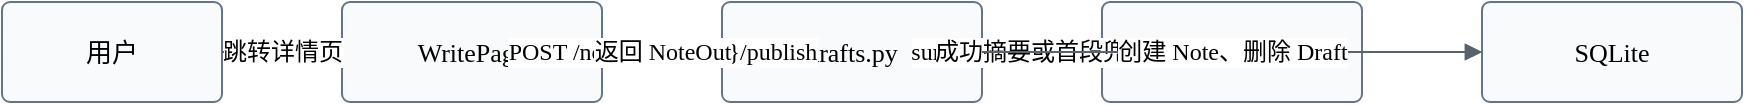
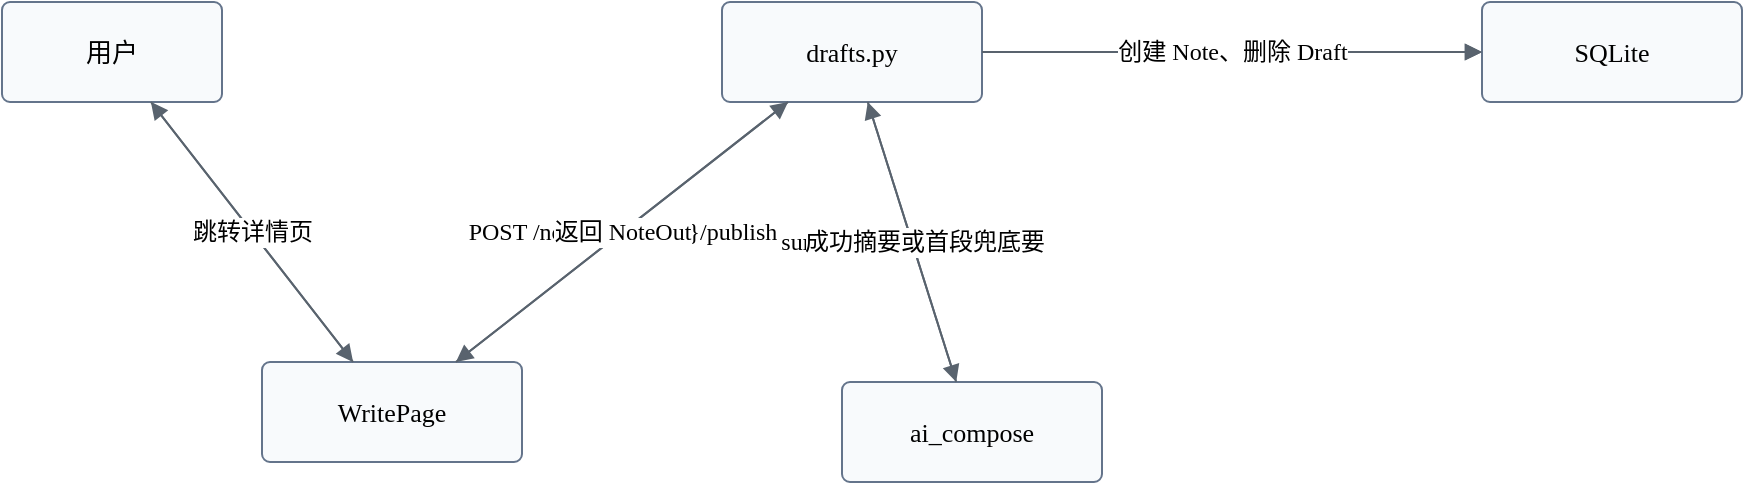
- <mxfile host="app.diagrams.net" modified="2026-07-06T00:00:00.000Z" agent="Codex" version="24.7.17">
+ <mxfile host="app.diagrams.net" agent="Codex">
  <diagram id="ch6-fig2-seq-publish-with-summary-fallback.drawio" name="草稿发布与摘要降级顺序图">
-     <mxGraphModel dx="1200" dy="820" grid="1" gridSize="10" guides="1" tooltips="1" connect="1" arrows="1" fold="1" page="1" pageScale="1" pageWidth="1200" pageHeight="820" math="0" shadow="0">
+     <mxGraphModel dx="1046" dy="660" grid="1" gridSize="10" guides="1" tooltips="1" connect="1" arrows="1" fold="1" page="1" pageScale="1" pageWidth="1200" pageHeight="820" math="0" shadow="0">
      <root>
-         <mxCell id="0"/>
-         <mxCell id="1" parent="0"/>
-         <mxCell id="u" value="用户" style="rounded=1;whiteSpace=wrap;html=1;arcSize=8;fontFamily=Microsoft YaHei;fontSize=13;fillColor=#f8fafc;strokeColor=#64748b;" vertex="1" parent="1"><mxGeometry x="40" y="60" width="110" height="50" as="geometry"/></mxCell><mxCell id="fe" value="WritePage" style="rounded=1;whiteSpace=wrap;html=1;arcSize=8;fontFamily=Microsoft YaHei;fontSize=13;fillColor=#f8fafc;strokeColor=#64748b;" vertex="1" parent="1"><mxGeometry x="210" y="60" width="130" height="50" as="geometry"/></mxCell><mxCell id="api" value="drafts.py" style="rounded=1;whiteSpace=wrap;html=1;arcSize=8;fontFamily=Microsoft YaHei;fontSize=13;fillColor=#f8fafc;strokeColor=#64748b;" vertex="1" parent="1"><mxGeometry x="400" y="60" width="130" height="50" as="geometry"/></mxCell><mxCell id="ai" value="ai_compose" style="rounded=1;whiteSpace=wrap;html=1;arcSize=8;fontFamily=Microsoft YaHei;fontSize=13;fillColor=#f8fafc;strokeColor=#64748b;" vertex="1" parent="1"><mxGeometry x="590" y="60" width="130" height="50" as="geometry"/></mxCell><mxCell id="db" value="SQLite" style="rounded=1;whiteSpace=wrap;html=1;arcSize=8;fontFamily=Microsoft YaHei;fontSize=13;fillColor=#f8fafc;strokeColor=#64748b;" vertex="1" parent="1"><mxGeometry x="780" y="60" width="130" height="50" as="geometry"/></mxCell><mxCell id="s1" value="点击发布" style="endArrow=block;html=1;rounded=0;strokeColor=#59636e;fontSize=12;fontFamily=Microsoft YaHei;" edge="1" parent="1" source="u" target="fe"><mxGeometry relative="1" as="geometry"/></mxCell><mxCell id="s2" value="POST /notes/drafts/{id}/publish" style="endArrow=block;html=1;rounded=0;strokeColor=#59636e;fontSize=12;fontFamily=Microsoft YaHei;" edge="1" parent="1" source="fe" target="api"><mxGeometry relative="1" as="geometry"/></mxCell><mxCell id="s3" value="读取草稿并校验" style="endArrow=block;html=1;rounded=0;strokeColor=#59636e;fontSize=12;fontFamily=Microsoft YaHei;" edge="1" parent="1" source="api" target="db"><mxGeometry relative="1" as="geometry"/></mxCell><mxCell id="s4" value="summary 为空时请求摘要" style="endArrow=block;html=1;rounded=0;strokeColor=#59636e;fontSize=12;fontFamily=Microsoft YaHei;" edge="1" parent="1" source="api" target="ai"><mxGeometry relative="1" as="geometry"/></mxCell><mxCell id="s5" value="成功摘要或首段兜底" style="endArrow=block;html=1;rounded=0;strokeColor=#59636e;fontSize=12;fontFamily=Microsoft YaHei;" edge="1" parent="1" source="ai" target="api"><mxGeometry relative="1" as="geometry"/></mxCell><mxCell id="s6" value="创建 Note、删除 Draft" style="endArrow=block;html=1;rounded=0;strokeColor=#59636e;fontSize=12;fontFamily=Microsoft YaHei;" edge="1" parent="1" source="api" target="db"><mxGeometry relative="1" as="geometry"/></mxCell><mxCell id="s7" value="返回 NoteOut" style="endArrow=block;html=1;rounded=0;strokeColor=#59636e;fontSize=12;fontFamily=Microsoft YaHei;" edge="1" parent="1" source="api" target="fe"><mxGeometry relative="1" as="geometry"/></mxCell><mxCell id="s8" value="跳转详情页" style="endArrow=block;html=1;rounded=0;strokeColor=#59636e;fontSize=12;fontFamily=Microsoft YaHei;" edge="1" parent="1" source="fe" target="u"><mxGeometry relative="1" as="geometry"/></mxCell>
+         <mxCell id="0" />
+         <mxCell id="1" parent="0" />
+         <mxCell id="u" parent="1" style="rounded=1;whiteSpace=wrap;html=1;arcSize=8;fontFamily=Microsoft YaHei;fontSize=13;fillColor=#f8fafc;strokeColor=#64748b;" value="用户" vertex="1">
+           <mxGeometry height="50" width="110" x="40" y="60" as="geometry" />
+         </mxCell>
+         <mxCell id="fe" parent="1" style="rounded=1;whiteSpace=wrap;html=1;arcSize=8;fontFamily=Microsoft YaHei;fontSize=13;fillColor=#f8fafc;strokeColor=#64748b;" value="WritePage" vertex="1">
+           <mxGeometry height="50" width="130" x="170" y="240" as="geometry" />
+         </mxCell>
+         <mxCell id="api" parent="1" style="rounded=1;whiteSpace=wrap;html=1;arcSize=8;fontFamily=Microsoft YaHei;fontSize=13;fillColor=#f8fafc;strokeColor=#64748b;" value="drafts.py" vertex="1">
+           <mxGeometry height="50" width="130" x="400" y="60" as="geometry" />
+         </mxCell>
+         <mxCell id="ai" parent="1" style="rounded=1;whiteSpace=wrap;html=1;arcSize=8;fontFamily=Microsoft YaHei;fontSize=13;fillColor=#f8fafc;strokeColor=#64748b;" value="ai_compose" vertex="1">
+           <mxGeometry height="50" width="130" x="460" y="250" as="geometry" />
+         </mxCell>
+         <mxCell id="db" parent="1" style="rounded=1;whiteSpace=wrap;html=1;arcSize=8;fontFamily=Microsoft YaHei;fontSize=13;fillColor=#f8fafc;strokeColor=#64748b;" value="SQLite" vertex="1">
+           <mxGeometry height="50" width="130" x="780" y="60" as="geometry" />
+         </mxCell>
+         <mxCell id="s1" edge="1" parent="1" source="u" style="endArrow=block;html=1;rounded=0;strokeColor=#59636e;fontSize=12;fontFamily=Microsoft YaHei;" target="fe" value="点击发布">
+           <mxGeometry relative="1" as="geometry" />
+         </mxCell>
+         <mxCell id="s2" edge="1" parent="1" source="fe" style="endArrow=block;html=1;rounded=0;strokeColor=#59636e;fontSize=12;fontFamily=Microsoft YaHei;" target="api" value="POST /notes/drafts/{id}/publish">
+           <mxGeometry relative="1" as="geometry" />
+         </mxCell>
+         <mxCell id="s3" edge="1" parent="1" source="api" style="endArrow=block;html=1;rounded=0;strokeColor=#59636e;fontSize=12;fontFamily=Microsoft YaHei;" target="db" value="读取草稿并校验">
+           <mxGeometry relative="1" as="geometry" />
+         </mxCell>
+         <mxCell id="s4" edge="1" parent="1" source="api" style="endArrow=block;html=1;rounded=0;strokeColor=#59636e;fontSize=12;fontFamily=Microsoft YaHei;" target="ai" value="summary 为空时请求摘要">
+           <mxGeometry relative="1" as="geometry" />
+         </mxCell>
+         <mxCell id="s5" edge="1" parent="1" source="ai" style="endArrow=block;html=1;rounded=0;strokeColor=#59636e;fontSize=12;fontFamily=Microsoft YaHei;" target="api" value="成功摘要或首段兜底">
+           <mxGeometry relative="1" as="geometry" />
+         </mxCell>
+         <mxCell id="s6" edge="1" parent="1" source="api" style="endArrow=block;html=1;rounded=0;strokeColor=#59636e;fontSize=12;fontFamily=Microsoft YaHei;" target="db" value="创建 Note、删除 Draft">
+           <mxGeometry relative="1" as="geometry" />
+         </mxCell>
+         <mxCell id="s7" edge="1" parent="1" source="api" style="endArrow=block;html=1;rounded=0;strokeColor=#59636e;fontSize=12;fontFamily=Microsoft YaHei;" target="fe" value="返回 NoteOut">
+           <mxGeometry relative="1" as="geometry" />
+         </mxCell>
+         <mxCell id="s8" edge="1" parent="1" source="fe" style="endArrow=block;html=1;rounded=0;strokeColor=#59636e;fontSize=12;fontFamily=Microsoft YaHei;" target="u" value="跳转详情页">
+           <mxGeometry relative="1" as="geometry" />
+         </mxCell>
      </root>
    </mxGraphModel>
  </diagram>
</mxfile>
